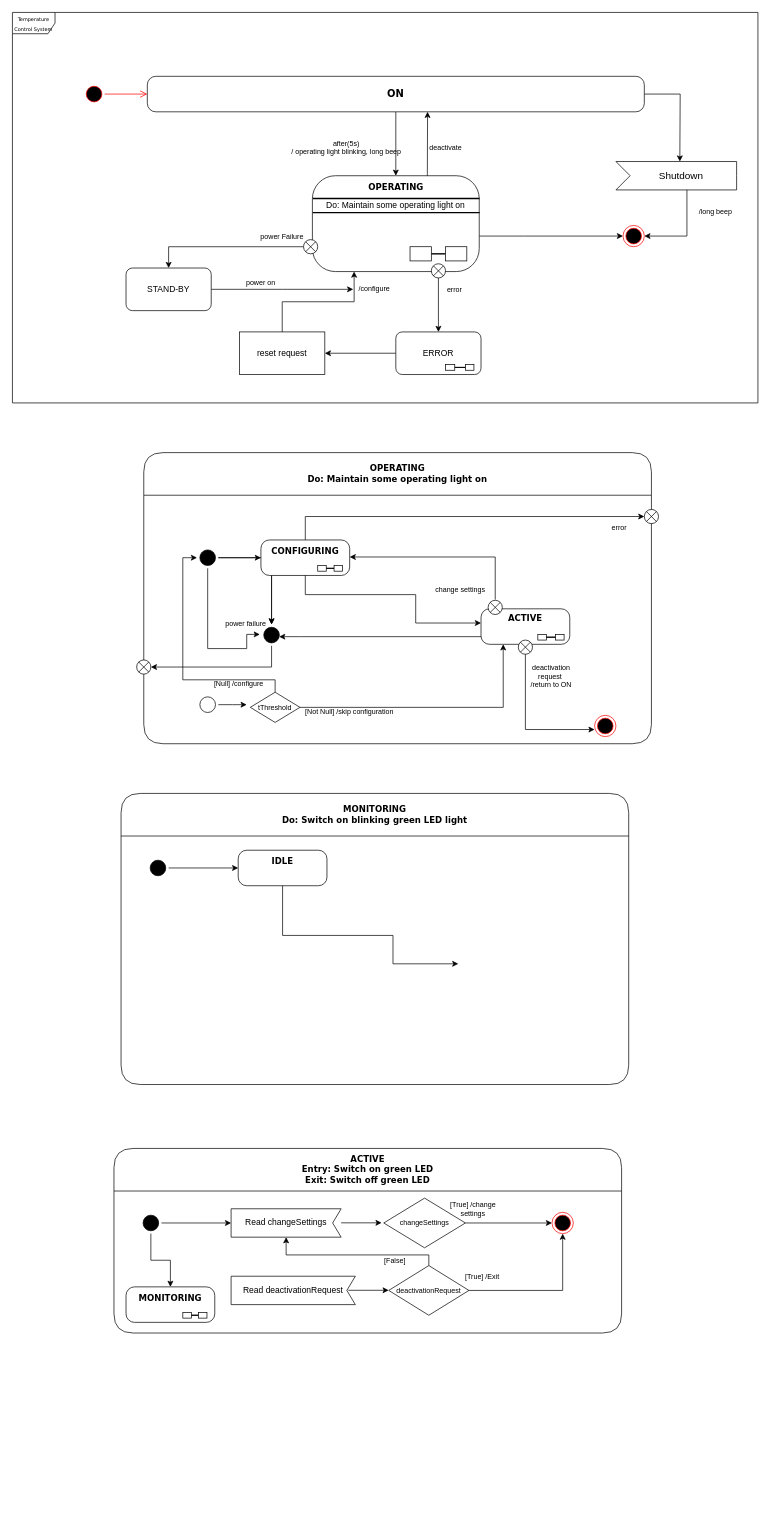
Before: temp_co2_control_system.drawio in OZiad/UML_State_Machine_331, a draw.io diagram. Source tidied: cells renumbered, new cells numbered last; positions are measured from the earlier drawing's top-left corner, leaving out a move shared by most shapes. Both pictures are drawn from the tidied source at 71%, with x=0, y=0 at pixel (12, 12).
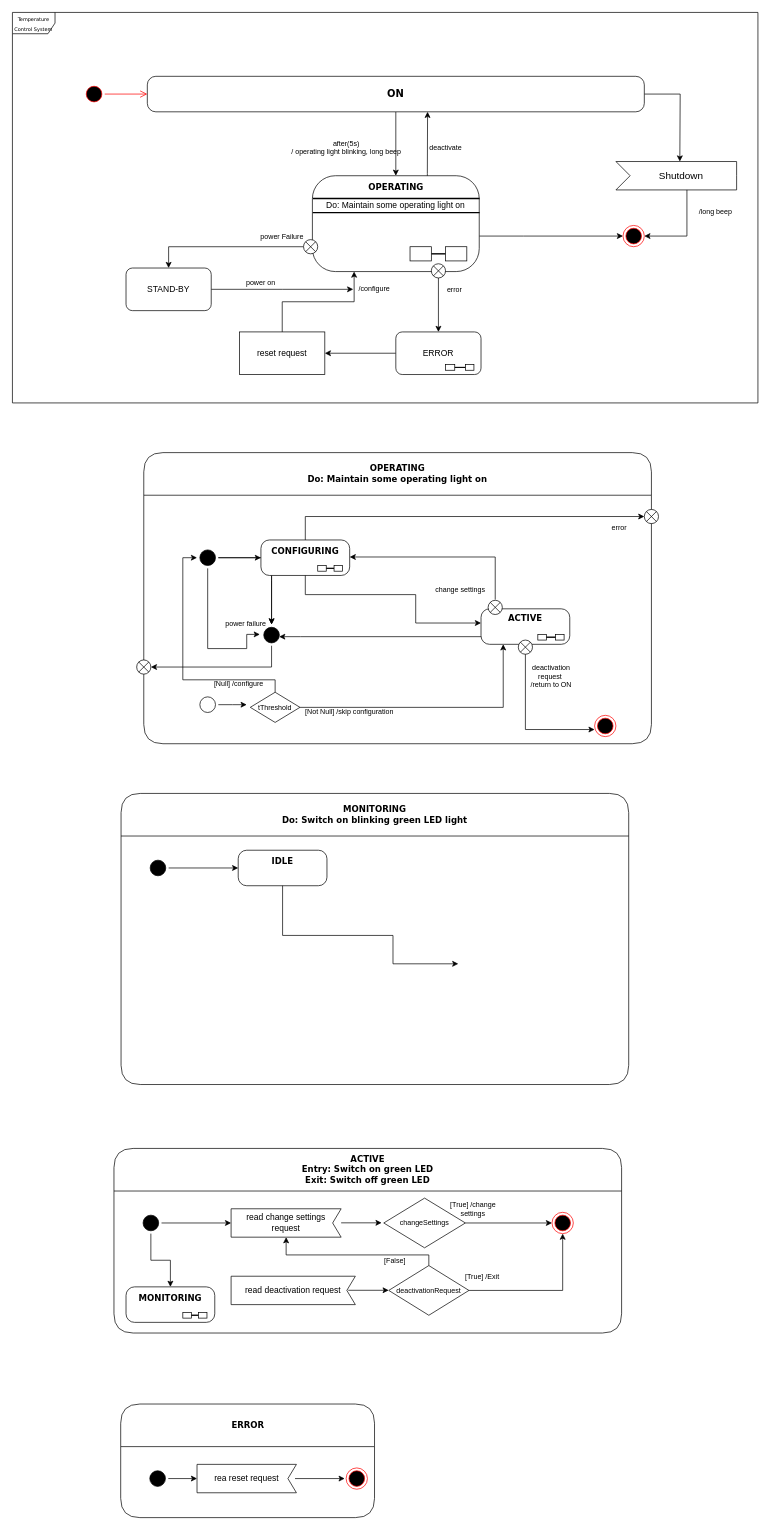
The same diagram, later.

Commit message:
Implement ERROR state

The change refers to these unchanged cells:
```xml
<mxCell id="77" value="ACTIVE&lt;br&gt;Entry: Switch on green LED&lt;br&gt;Exit: Switch off green LED" style="swimlane;whiteSpace=wrap;html=1;rounded=1;shadow=0;comic=0;labelBackgroundColor=none;strokeWidth=1;fontFamily=Verdana;fontSize=12;align=center;startSize=60;" parent="1" vertex="1">
  <mxGeometry x="143" y="1600" width="715" height="260" as="geometry" />
</mxCell>
```

Diff of the diagram source:
```diff
@@
-    <mxCell id="81" value="Read changeSettings" style="shape=mxgraph.sysml.accEvent;flipH=1;whiteSpace=wrap;align=center;html=1;" parent="77" vertex="1">
+    <mxCell id="81" value="read change settings request" style="shape=mxgraph.sysml.accEvent;flipH=1;whiteSpace=wrap;align=center;html=1;" parent="77" vertex="1">
       <mxGeometry x="165" y="85" width="155" height="40" as="geometry" />
     </mxCell>
@@
-    <mxCell id="92" value="Read deactivationRequest" style="shape=mxgraph.sysml.accEvent;flipH=1;whiteSpace=wrap;align=center;html=1;" parent="77" vertex="1">
+    <mxCell id="92" value="read deactivation request" style="shape=mxgraph.sysml.accEvent;flipH=1;whiteSpace=wrap;align=center;html=1;" parent="77" vertex="1">
       <mxGeometry x="165" y="180" width="175" height="40" as="geometry" />
     </mxCell>
@@
+    <mxCell id="103" value="ERROR" style="swimlane;whiteSpace=wrap;html=1;rounded=1;shadow=0;comic=0;labelBackgroundColor=none;strokeWidth=1;fontFamily=Verdana;fontSize=12;align=center;startSize=60;" parent="1" vertex="1">
+      <mxGeometry x="152.5" y="1960" width="357.5" height="160" as="geometry" />
+    </mxCell>
+    <mxCell id="104" style="edgeStyle=orthogonalEdgeStyle;rounded=0;jettySize=auto;html=1;" parent="103" edge="1" source="105" target="107">
+      <mxGeometry relative="1" as="geometry" />
+    </mxCell>
+    <mxCell id="105" style="ellipse;html=1;shape=startState;fillColor=#000000;strokeColor=#000000;rounded=1;shadow=0;comic=0;labelBackgroundColor=none;fontFamily=Verdana;fontSize=12;fontColor=#000000;align=center;direction=south;" parent="103" vertex="1">
+      <mxGeometry x="37" y="90" width="30" height="30" as="geometry" />
+    </mxCell>
+    <mxCell id="106" style="edgeStyle=orthogonalEdgeStyle;rounded=0;orthogonalLoop=1;jettySize=auto;html=1;entryX=0;entryY=0.5;entryDx=0;entryDy=0;" parent="103" edge="1">
+      <mxGeometry relative="1" as="geometry">
+        <mxPoint x="245.5" y="105" as="sourcePoint" />
+        <mxPoint x="315.5" y="105" as="targetPoint" />
+      </mxGeometry>
+    </mxCell>
+    <mxCell id="107" value="rea reset request" style="shape=mxgraph.sysml.accEvent;flipH=1;whiteSpace=wrap;align=center;html=1;" parent="103" vertex="1">
+      <mxGeometry x="107.5" y="85" width="140" height="40" as="geometry" />
+    </mxCell>
+    <mxCell id="108" style="ellipse;html=1;shape=endState;fillColor=#000000;strokeColor=#ff0000;rounded=1;shadow=0;comic=0;labelBackgroundColor=none;fontFamily=Verdana;fontSize=12;fontColor=#000000;align=center;" parent="103" vertex="1">
+      <mxGeometry x="317.5" y="90" width="30" height="30" as="geometry" />
+    </mxCell>
```
